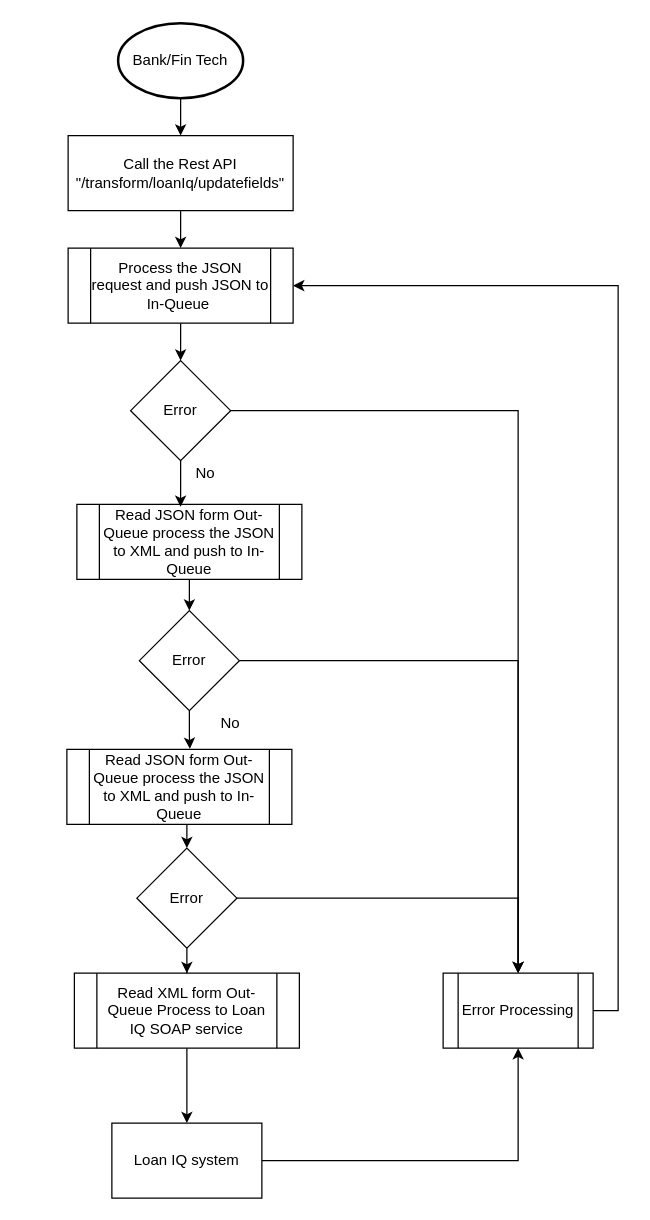
Earlier version of the draw.io diagram page "Page-1" (1 of 2) of src/Untitled Diagram.drawio (thrivikramarajarao/easy_test_domain). Source tidied: cells renumbered, new cells numbered last; positions are measured from the earlier drawing's top-left corner, leaving out a move shared by most shapes. Both pictures are drawn from the tidied source at 125%, with x=0, y=0 at pixel (66, 22).
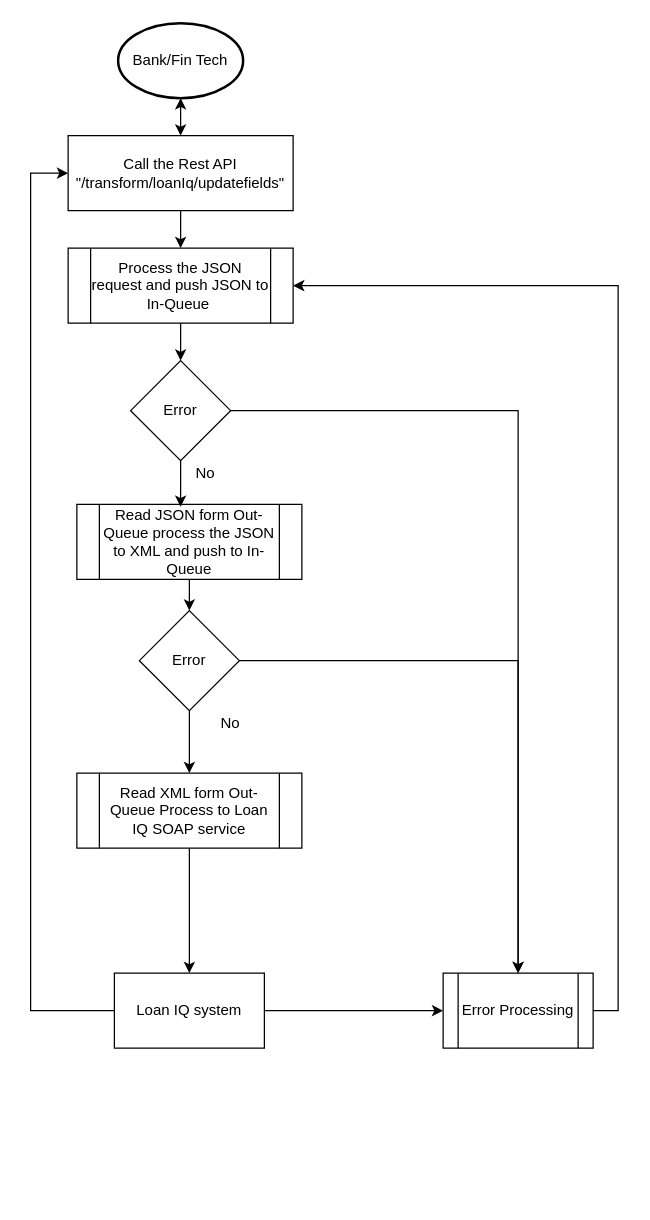
The same diagram, later.

Unchanged cells that the change refers to:
```xml
<mxCell id="3" value="Bank/Fin Tech" style="strokeWidth=2;html=1;shape=mxgraph.flowchart.start_1;whiteSpace=wrap;" parent="1" vertex="1">
  <mxGeometry x="41" width="100" height="60" as="geometry" />
</mxCell>
<mxCell id="5" value="Call the Rest API&lt;br&gt;&quot;/transform/loanIq/updatefields&quot;" style="rounded=0;whiteSpace=wrap;html=1;" parent="1" vertex="1">
  <mxGeometry x="1" y="90" width="180" height="60" as="geometry" />
</mxCell>
<mxCell id="18" value="Error" style="rhombus;whiteSpace=wrap;html=1;" parent="1" vertex="1">
  <mxGeometry x="58" y="470" width="80" height="80" as="geometry" />
</mxCell>
<mxCell id="21" value="Error Processing" style="shape=process;whiteSpace=wrap;html=1;backgroundOutline=1;" parent="1" vertex="1">
  <mxGeometry x="301" y="760" width="120" height="60" as="geometry" />
</mxCell>
```

The edit, as a diff of the source:
```diff
@@
-    <mxCell id="2" style="edgeStyle=orthogonalEdgeStyle;rounded=0;jettySize=auto;html=1;exitX=0.5;exitY=1;exitDx=0;exitDy=0;exitPerimeter=0;entryX=0.5;entryY=0;entryDx=0;entryDy=0;" parent="1" edge="1" source="3" target="5">
-      <mxGeometry relative="1" as="geometry" />
-    </mxCell>
@@
-    <mxCell id="10" style="edgeStyle=orthogonalEdgeStyle;rounded=0;jettySize=auto;html=1;exitX=0.5;exitY=1;exitDx=0;exitDy=0;entryX=0.5;entryY=0;entryDx=0;entryDy=0;" parent="1" edge="1" source="11" target="26">
-      <mxGeometry relative="1" as="geometry" />
-    </mxCell>
-    <mxCell id="11" value="Read JSON form Out-Queue process the JSON to XML and push to In-Queue" style="shape=process;whiteSpace=wrap;html=1;backgroundOutline=1;" parent="1" vertex="1">
-      <mxGeometry y="581" width="180" height="60" as="geometry" />
-    </mxCell>
@@
-    <mxCell id="16" style="edgeStyle=orthogonalEdgeStyle;rounded=0;jettySize=auto;html=1;entryX=0.547;entryY=-0.007;entryDx=0;entryDy=0;entryPerimeter=0;" parent="1" edge="1" source="18" target="11">
+    <mxCell id="16" style="edgeStyle=orthogonalEdgeStyle;rounded=0;jettySize=auto;html=1;entryX=0.5;entryY=0;entryDx=0;entryDy=0;" parent="1" edge="1" source="18" target="23">
       <mxGeometry relative="1" as="geometry" />
     </mxCell>
@@
     <mxCell id="23" value="Read XML form Out-Queue Process to Loan IQ SOAP service" style="shape=process;whiteSpace=wrap;html=1;backgroundOutline=1;" parent="1" vertex="1">
-      <mxGeometry x="6" y="760" width="180" height="60" as="geometry" />
+      <mxGeometry x="8" y="600" width="180" height="60" as="geometry" />
     </mxCell>
-    <mxCell id="24" style="edgeStyle=orthogonalEdgeStyle;rounded=0;jettySize=auto;html=1;" parent="1" edge="1" source="26" target="23">
-      <mxGeometry relative="1" as="geometry" />
-    </mxCell>
-    <mxCell id="25" style="edgeStyle=orthogonalEdgeStyle;rounded=0;jettySize=auto;html=1;entryX=0.5;entryY=0;entryDx=0;entryDy=0;" parent="1" edge="1" source="26" target="21">
-      <mxGeometry relative="1" as="geometry" />
-    </mxCell>
-    <mxCell id="26" value="Error" style="rhombus;whiteSpace=wrap;html=1;" parent="1" vertex="1">
-      <mxGeometry x="56" y="660" width="80" height="80" as="geometry" />
-    </mxCell>
-    <mxCell id="27" style="edgeStyle=orthogonalEdgeStyle;rounded=0;jettySize=auto;html=1;exitX=1;exitY=0.5;exitDx=0;exitDy=0;entryX=0.5;entryY=1;entryDx=0;entryDy=0;" parent="1" edge="1" source="28" target="21">
+    <mxCell id="27" style="edgeStyle=orthogonalEdgeStyle;rounded=0;jettySize=auto;html=1;exitX=1;exitY=0.5;exitDx=0;exitDy=0;entryX=0;entryY=0.5;entryDx=0;entryDy=0;" parent="1" edge="1" source="28" target="21">
       <mxGeometry relative="1" as="geometry" />
     </mxCell>
+    <mxCell id="29" style="edgeStyle=orthogonalEdgeStyle;rounded=0;jettySize=auto;html=1;exitX=0;exitY=0.5;exitDx=0;exitDy=0;fontSize=12;fontColor=#CC0000;entryX=0;entryY=0.5;entryDx=0;entryDy=0;" parent="1" edge="1" source="28" target="5">
+      <mxGeometry relative="1" as="geometry">
+        <Array as="points">
+          <mxPoint x="-29" y="790" />
+          <mxPoint x="-29" y="120" />
+        </Array>
+      </mxGeometry>
+    </mxCell>
     <mxCell id="28" value="Loan IQ system" style="rounded=0;whiteSpace=wrap;html=1;" parent="1" vertex="1">
-      <mxGeometry x="36" y="880" width="120" height="60" as="geometry" />
+      <mxGeometry x="38" y="760" width="120" height="60" as="geometry" />
     </mxCell>
+    <mxCell id="30" style="endArrow=classic;startArrow=classic;html=1;fontSize=12;fontColor=#CC0000;entryX=0.5;entryY=1;entryDx=0;entryDy=0;entryPerimeter=0;" parent="1" edge="1" source="5" target="3">
+      <mxGeometry relative="1" as="geometry" />
+    </mxCell>
```
